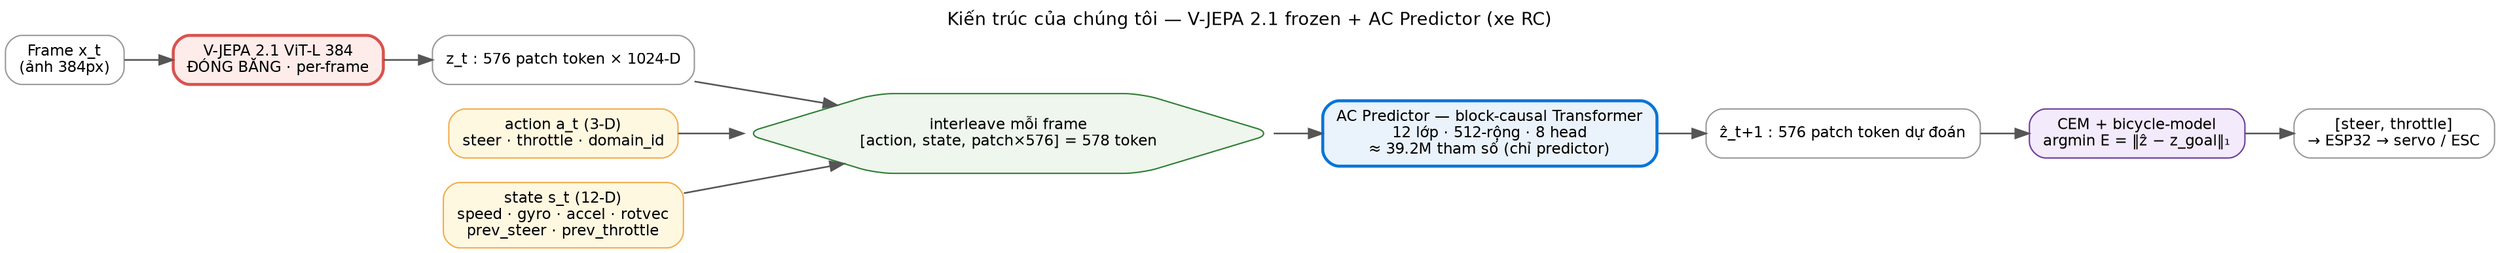
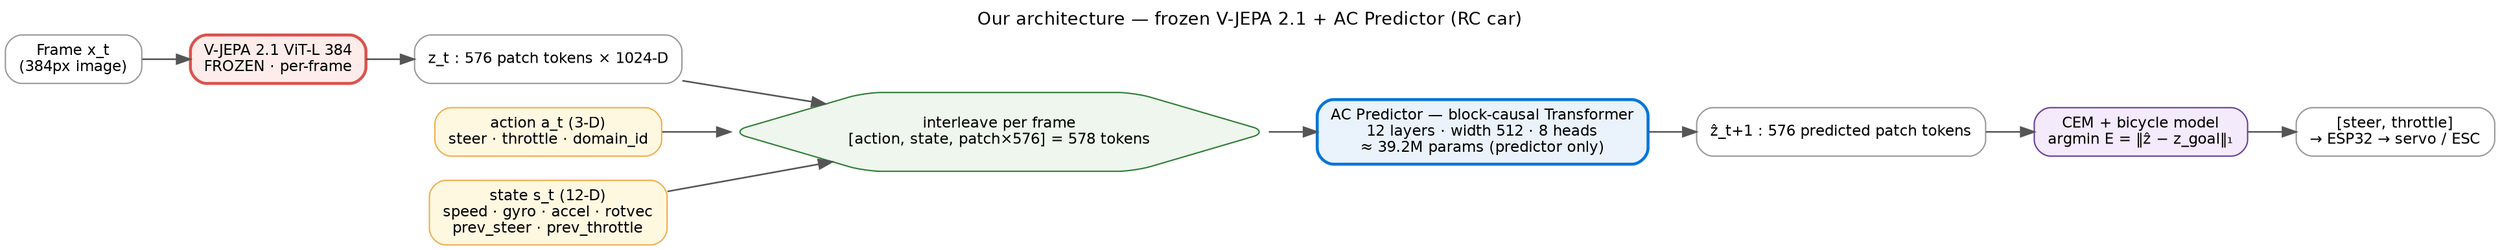
digraph arch_ours {
  rankdir=LR; bgcolor="white"; fontname="DejaVu Sans"; labelloc="t"; fontsize=13;
-   label="Kiến trúc của chúng tôi — V-JEPA 2.1 frozen + AC Predictor (xe RC)";
+   label="Our architecture — frozen V-JEPA 2.1 + AC Predictor (RC car)";
  node [shape=box, style="rounded,filled", fontname="DejaVu Sans", fontsize=11,
        fillcolor="#ffffff", color="#999999", margin="0.14,0.09"];
  edge [color="#555555", penwidth=1.2];

-   IMG  [label="Frame x_t\n(ảnh 384px)"];
-   ENC  [label="V-JEPA 2.1 ViT-L 384\nĐÓNG BĂNG · per-frame", fillcolor="#fdecea", color="#d9534f", penwidth=2.2];
-   TOK  [label="z_t : 576 patch token × 1024-D"];
+   IMG  [label="Frame x_t\n(384px image)"];
+   ENC  [label="V-JEPA 2.1 ViT-L 384\nFROZEN · per-frame", fillcolor="#fdecea", color="#d9534f", penwidth=2.2];
+   TOK  [label="z_t : 576 patch tokens × 1024-D"];
  ACT  [label="action a_t (3-D)\nsteer · throttle · domain_id", fillcolor="#fff8e1", color="#f0ad4e"];
  ST   [label="state s_t (12-D)\nspeed · gyro · accel · rotvec\nprev_steer · prev_throttle", fillcolor="#fff8e1", color="#f0ad4e"];
-   GRP  [label="interleave mỗi frame\n[action, state, patch×576] = 578 token", shape=hexagon, fillcolor="#eef6ee", color="#2e7d32"];
-   PRED [label="AC Predictor — block-causal Transformer\n12 lớp · 512-rộng · 8 head\n≈ 39.2M tham số (chỉ predictor)", fillcolor="#eaf2fb", color="#0275d8", penwidth=2.2];
-   ZH   [label="ẑ_t+1 : 576 patch token dự đoán"];
-   CEM  [label="CEM + bicycle-model\nargmin E = ‖ẑ − z_goal‖₁", fillcolor="#f3eafb", color="#6a3d9a"];
+   GRP  [label="interleave per frame\n[action, state, patch×576] = 578 tokens", shape=hexagon, fillcolor="#eef6ee", color="#2e7d32"];
+   PRED [label="AC Predictor — block-causal Transformer\n12 layers · width 512 · 8 heads\n≈ 39.2M params (predictor only)", fillcolor="#eaf2fb", color="#0275d8", penwidth=2.2];
+   ZH   [label="ẑ_t+1 : 576 predicted patch tokens"];
+   CEM  [label="CEM + bicycle model\nargmin E = ‖ẑ − z_goal‖₁", fillcolor="#f3eafb", color="#6a3d9a"];
  OUT  [label="[steer, throttle]\n→ ESP32 → servo / ESC"];

  IMG -> ENC -> TOK -> GRP; ACT -> GRP; ST -> GRP; GRP -> PRED -> ZH -> CEM -> OUT;
}
